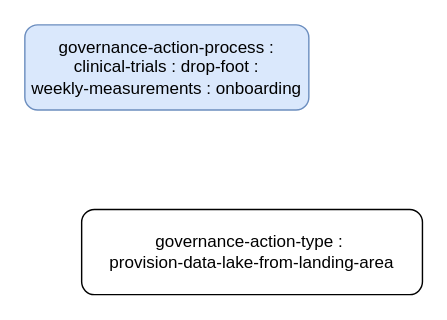
odpi/egeria-coco-labs keeps this draw.io diagram as page "governance-action-process" (10 of 10) of images/coco-pharmaceuticals-systems.drawio. Above is the earlier version. Source tidied: cells renumbered, new cells numbered last; positions are measured from the earlier drawing's top-left corner, leaving out a move shared by most shapes. Both pictures are drawn from the tidied source at 142%, with x=0, y=0 at pixel (24, 24).
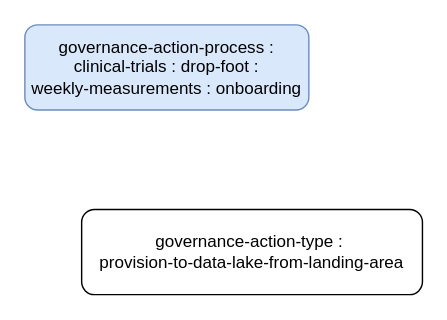
The same diagram, later.

Change to the diagram source:
```diff
@@
 <mxGraphModel>
   <root>
     <mxCell id="0" />
     <mxCell id="1" parent="0" />
     <mxCell id="2" value="governance-action-process : &lt;br&gt;clinical-trials : drop-foot : &lt;br&gt;weekly-measurements : onboarding" style="rounded=1;whiteSpace=wrap;html=1;fillColor=#dae8fc;strokeColor=#6c8ebf;" parent="1" vertex="1">
       <mxGeometry width="200" height="60" as="geometry" />
     </mxCell>
-    <mxCell id="3" value="governance-action-type :&amp;nbsp;&lt;br&gt;provision-data-lake-from-landing-area" style="rounded=1;whiteSpace=wrap;html=1;" parent="1" vertex="1">
+    <mxCell id="3" value="governance-action-type :&amp;nbsp;&lt;br&gt;provision-to-data-lake-from-landing-area" style="rounded=1;whiteSpace=wrap;html=1;" parent="1" vertex="1">
       <mxGeometry x="40" y="130" width="240" height="60" as="geometry" />
     </mxCell>
   </root>
 </mxGraphModel>
```
